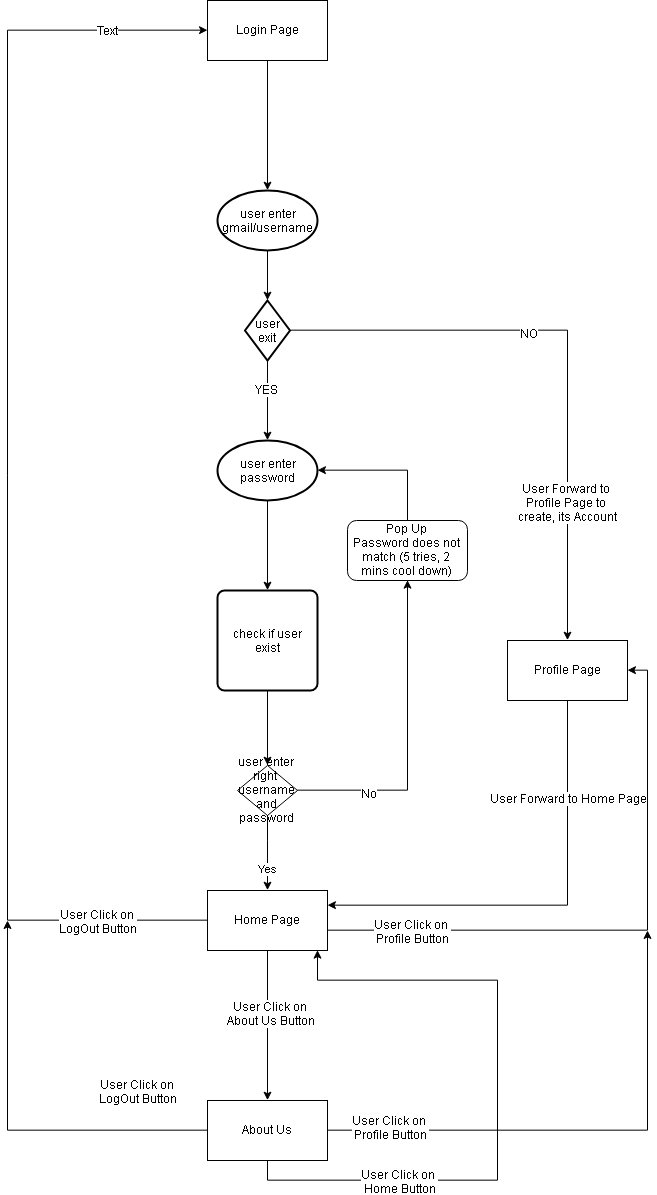
This is ERD/FlowChart(Webpage).png from amritpalsinghap/Online-Data-Managment, a draw.io export, as it was before one commit. Source tidied: cells renumbered, new cells last; positions are measured from the earlier drawing's top-left corner, leaving out a move shared by most shapes.
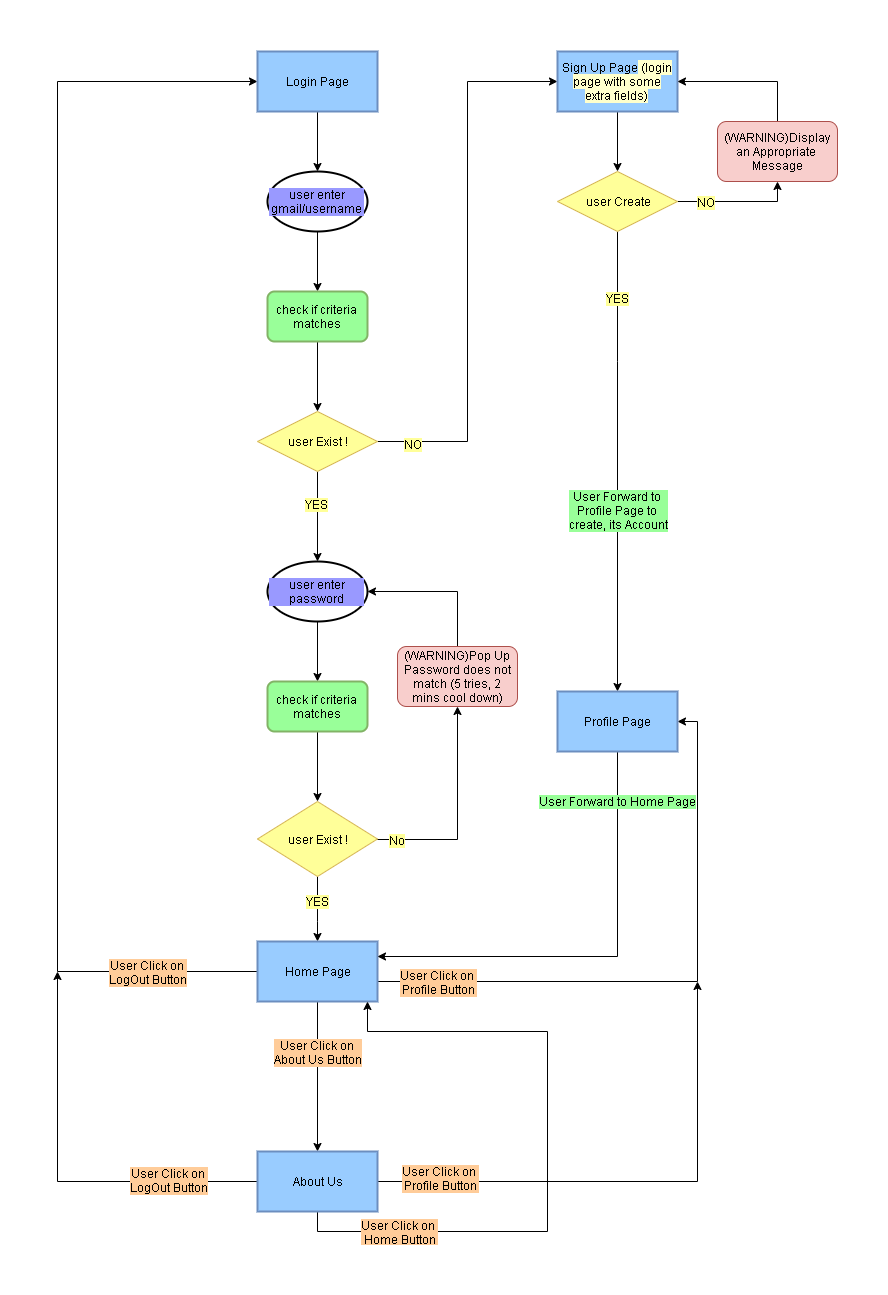
Later version of the same file.

Commit message:
Update WebFlow Diagram

Diff of the diagram source:
```diff
@@ -5,77 +5,92 @@
     <mxCell id="2" style="edgeStyle=orthogonalEdgeStyle;rounded=0;jettySize=auto;html=1;entryX=0.5;entryY=0;entryDx=0;entryDy=0;" parent="1" edge="1" source="3" target="11">
       <mxGeometry relative="1" as="geometry" />
     </mxCell>
-    <mxCell id="3" value="user enter password" style="strokeWidth=2;html=1;shape=mxgraph.flowchart.start_1;whiteSpace=wrap;" parent="1" vertex="1">
-      <mxGeometry x="210" y="440" width="100" height="60" as="geometry" />
+    <mxCell id="3" value="user enter password" style="strokeWidth=2;html=1;shape=mxgraph.flowchart.start_1;whiteSpace=wrap;labelBackgroundColor=#9999FF;" parent="1" vertex="1">
+      <mxGeometry x="210" y="510" width="100" height="60" as="geometry" />
     </mxCell>
     <mxCell id="4" style="edgeStyle=orthogonalEdgeStyle;rounded=0;jettySize=auto;html=1;exitX=0.5;exitY=1;exitDx=0;exitDy=0;exitPerimeter=0;entryX=0.5;entryY=0;entryDx=0;entryDy=0;entryPerimeter=0;" parent="1" edge="1" source="9" target="3">
       <mxGeometry relative="1" as="geometry" />
     </mxCell>
-    <mxCell id="5" value="&lt;span style=&quot;&quot;&gt;YES&lt;/span&gt;" style="text;html=1;align=center;verticalAlign=middle;labelBackgroundColor=#FFFFFF;fontColor=#000000;" parent="4" vertex="1">
+    <mxCell id="5" value="&lt;span style=&quot;&quot;&gt;YES&lt;/span&gt;" style="text;html=1;align=center;verticalAlign=middle;labelBackgroundColor=#FFFF99;fontColor=#000000;" parent="4" vertex="1">
       <mxGeometry x="-0.3" y="-1" relative="1" as="geometry" />
     </mxCell>
-    <mxCell id="6" style="edgeStyle=orthogonalEdgeStyle;rounded=0;jettySize=auto;html=1;exitX=1;exitY=0.5;exitDx=0;exitDy=0;exitPerimeter=0;entryX=0.5;entryY=0;entryDx=0;entryDy=0;" parent="1" edge="1" source="9" target="32">
+    <mxCell id="6" style="edgeStyle=orthogonalEdgeStyle;rounded=0;jettySize=auto;html=1;exitX=0.5;exitY=1;exitDx=0;exitDy=0;entryX=0.5;entryY=0;entryDx=0;entryDy=0;exitPerimeter=0;" parent="1" edge="1" source="49" target="32">
       <mxGeometry relative="1" as="geometry">
         <Array as="points">
-          <mxPoint x="560" y="330" />
+          <mxPoint x="560" y="310" />
+          <mxPoint x="560" y="310" />
         </Array>
       </mxGeometry>
     </mxCell>
-    <mxCell id="7" value="&lt;font&gt;NO&lt;/font&gt;" style="text;html=1;align=center;verticalAlign=middle;labelBackgroundColor=#FFFFFF;fontColor=#000000;" parent="6" vertex="1">
+    <mxCell id="7" value="YES" style="text;html=1;align=center;verticalAlign=middle;labelBackgroundColor=#FFFF99;fontColor=#000000;" parent="6" vertex="1">
       <mxGeometry x="-0.18" y="-4" relative="1" as="geometry">
-        <mxPoint x="-4" y="-2" as="offset" />
+        <mxPoint x="4" y="-122.5" as="offset" />
       </mxGeometry>
     </mxCell>
-    <mxCell id="8" value="User Forward to &lt;br&gt;Profile Page to &lt;br&gt;create, its Account" style="text;html=1;align=center;verticalAlign=middle;labelBackgroundColor=#ffffff;" parent="6" vertex="1">
-      <mxGeometry x="0.53" y="-1" relative="1" as="geometry" />
+    <mxCell id="8" value="User Forward to &lt;br&gt;Profile Page to &lt;br&gt;create, its Account" style="text;html=1;align=center;verticalAlign=middle;labelBackgroundColor=#99FF99;" parent="6" vertex="1">
+      <mxGeometry x="0.53" y="-1" relative="1" as="geometry">
+        <mxPoint x="1" y="-73.5" as="offset" />
+      </mxGeometry>
     </mxCell>
+    <mxCell id="40" style="edgeStyle=orthogonalEdgeStyle;rounded=0;jettySize=auto;html=1;entryX=0;entryY=0.5;entryDx=0;entryDy=0;" parent="1" edge="1" source="9" target="46">
+      <mxGeometry relative="1" as="geometry">
+        <Array as="points">
+          <mxPoint x="410" y="390" />
+          <mxPoint x="410" y="30" />
+        </Array>
+      </mxGeometry>
+    </mxCell>
+    <mxCell id="41" value="NO" style="text;html=1;align=center;verticalAlign=middle;labelBackgroundColor=#FFFF99;" parent="40" vertex="1">
+      <mxGeometry x="-0.87" y="-2" relative="1" as="geometry" />
+    </mxCell>
-    <mxCell id="9" value="user exit" style="strokeWidth=2;html=1;shape=mxgraph.flowchart.decision;whiteSpace=wrap;" parent="1" vertex="1">
-      <mxGeometry x="237.5" y="300" width="45" height="60" as="geometry" />
+    <mxCell id="9" value="user Exist !" style="strokeWidth=1;html=1;shape=mxgraph.flowchart.decision;whiteSpace=wrap;strokeColor=#d6b656;fillColor=#FFFF99;" parent="1" vertex="1">
+      <mxGeometry x="200" y="360" width="120" height="60" as="geometry" />
     </mxCell>
     <mxCell id="10" style="edgeStyle=orthogonalEdgeStyle;rounded=0;jettySize=auto;html=1;entryX=0.5;entryY=0;entryDx=0;entryDy=0;" parent="1" edge="1" source="11" target="17">
       <mxGeometry relative="1" as="geometry" />
     </mxCell>
-    <mxCell id="11" value="check if user exist" style="rounded=1;whiteSpace=wrap;html=1;absoluteArcSize=1;arcSize=14;strokeWidth=2;" parent="1" vertex="1">
-      <mxGeometry x="210" y="590" width="100" height="100" as="geometry" />
+    <mxCell id="11" value="check if criteria matches" style="rounded=1;whiteSpace=wrap;html=1;absoluteArcSize=1;arcSize=14;strokeWidth=2;fillColor=#99FF99;strokeColor=#82b366;" parent="1" vertex="1">
+      <mxGeometry x="210" y="630" width="100" height="50" as="geometry" />
     </mxCell>
-    <mxCell id="12" style="edgeStyle=orthogonalEdgeStyle;rounded=0;jettySize=auto;html=1;entryX=0.5;entryY=0;entryDx=0;entryDy=0;entryPerimeter=0;" parent="1" edge="1" source="13" target="9">
-      <mxGeometry relative="1" as="geometry">
-        <Array as="points">
-          <mxPoint x="260" y="290" />
-          <mxPoint x="260" y="290" />
-        </Array>
-      </mxGeometry>
-    </mxCell>
+    <mxCell id="42" style="edgeStyle=orthogonalEdgeStyle;rounded=0;jettySize=auto;html=1;exitX=0.5;exitY=1;exitDx=0;exitDy=0;exitPerimeter=0;entryX=0.5;entryY=0;entryDx=0;entryDy=0;" parent="1" edge="1" source="13" target="53">
+      <mxGeometry relative="1" as="geometry" />
+    </mxCell>
-    <mxCell id="13" value="user enter gmail/username" style="strokeWidth=2;html=1;shape=mxgraph.flowchart.start_1;whiteSpace=wrap;" parent="1" vertex="1">
-      <mxGeometry x="210" y="190" width="100" height="60" as="geometry" />
+    <mxCell id="13" value="user enter gmail/username" style="strokeWidth=2;html=1;shape=mxgraph.flowchart.start_1;whiteSpace=wrap;labelBackgroundColor=#9999FF;" parent="1" vertex="1">
+      <mxGeometry x="210" y="120" width="100" height="60" as="geometry" />
     </mxCell>
     <mxCell id="14" style="edgeStyle=orthogonalEdgeStyle;rounded=0;jettySize=auto;html=1;entryX=0.5;entryY=1;entryDx=0;entryDy=0;" parent="1" edge="1" source="17" target="19">
       <mxGeometry relative="1" as="geometry" />
     </mxCell>
-    <mxCell id="15" value="No" style="text;html=1;align=center;verticalAlign=middle;labelBackgroundColor=#ffffff;" parent="14" vertex="1">
-      <mxGeometry x="-0.55" y="-2" relative="1" as="geometry" />
+    <mxCell id="15" value="No" style="text;html=1;align=center;verticalAlign=middle;labelBackgroundColor=#FFFF99;" parent="14" vertex="1">
+      <mxGeometry x="-0.55" y="-2" relative="1" as="geometry">
+        <mxPoint x="-27.5" y="-2" as="offset" />
+      </mxGeometry>
     </mxCell>
-    <mxCell id="16" value="Yes" style="edgeStyle=orthogonalEdgeStyle;rounded=0;jettySize=auto;html=1;" parent="1" edge="1" source="17">
-      <mxGeometry x="0.41" relative="1" as="geometry">
-        <mxPoint x="260" y="890" as="targetPoint" />
-        <Array as="points">
-          <mxPoint x="260" y="840" />
-          <mxPoint x="260" y="840" />
-        </Array>
-      </mxGeometry>
-    </mxCell>
+    <mxCell id="43" style="edgeStyle=orthogonalEdgeStyle;rounded=0;jettySize=auto;html=1;entryX=0.5;entryY=0;entryDx=0;entryDy=0;" parent="1" edge="1" source="17" target="27">
+      <mxGeometry relative="1" as="geometry">
+        <Array as="points">
+          <mxPoint x="260" y="870" />
+          <mxPoint x="260" y="870" />
+        </Array>
+      </mxGeometry>
+    </mxCell>
+    <mxCell id="44" value="YES" style="text;html=1;align=center;verticalAlign=middle;labelBackgroundColor=#FFFF99;" parent="43" vertex="1">
+      <mxGeometry x="0.38" y="-21" relative="1" as="geometry">
+        <mxPoint x="21" y="-21" as="offset" />
+      </mxGeometry>
+    </mxCell>
-    <mxCell id="17" value="user enter right&amp;nbsp; username and password" style="rhombus;whiteSpace=wrap;html=1;" parent="1" vertex="1">
-      <mxGeometry x="230" y="765" width="60" height="50" as="geometry" />
+    <mxCell id="17" value="user Exist !" style="rhombus;whiteSpace=wrap;html=1;fillColor=#FFFF99;strokeColor=#d6b656;strokeWidth=1;" parent="1" vertex="1">
+      <mxGeometry x="200" y="750" width="120" height="75" as="geometry" />
     </mxCell>
     <mxCell id="18" style="edgeStyle=orthogonalEdgeStyle;rounded=0;jettySize=auto;html=1;entryX=1;entryY=0.5;entryDx=0;entryDy=0;entryPerimeter=0;" parent="1" edge="1" source="19" target="3">
       <mxGeometry relative="1" as="geometry">
         <Array as="points">
-          <mxPoint x="400" y="470" />
+          <mxPoint x="400" y="540" />
         </Array>
       </mxGeometry>
     </mxCell>
-    <mxCell id="19" value="Pop Up&lt;br&gt;Password does not match (5 tries, 2 mins cool down)" style="rounded=1;whiteSpace=wrap;html=1;" parent="1" vertex="1">
-      <mxGeometry x="340" y="520" width="120" height="60" as="geometry" />
+    <mxCell id="19" value="(WARNING)Pop Up&lt;br&gt;Password does not match (5 tries, 2 mins cool down)" style="rounded=1;whiteSpace=wrap;html=1;fillColor=#f8cecc;strokeColor=#AD4F4B;" parent="1" vertex="1">
+      <mxGeometry x="340" y="595" width="120" height="60" as="geometry" />
     </mxCell>
     <mxCell id="20" style="edgeStyle=orthogonalEdgeStyle;rounded=0;jettySize=auto;html=1;entryX=1;entryY=0.5;entryDx=0;entryDy=0;" parent="1" edge="1" source="27" target="32">
       <mxGeometry relative="1" as="geometry">
@@ -85,16 +100,18 @@
         </Array>
       </mxGeometry>
     </mxCell>
-    <mxCell id="21" value="User Click on &lt;br&gt;Profile Button" style="text;html=1;align=center;verticalAlign=middle;labelBackgroundColor=#ffffff;" parent="20" vertex="1">
+    <mxCell id="21" value="User Click on &lt;br&gt;Profile Button" style="text;html=1;align=center;verticalAlign=middle;labelBackgroundColor=#FFCC99;" parent="20" vertex="1">
       <mxGeometry x="-0.09" y="1" relative="1" as="geometry">
-        <mxPoint x="-189" y="1" as="offset" />
+        <mxPoint x="-213" y="1" as="offset" />
       </mxGeometry>
     </mxCell>
     <mxCell id="22" style="edgeStyle=orthogonalEdgeStyle;rounded=0;jettySize=auto;html=1;entryX=0.5;entryY=0;entryDx=0;entryDy=0;" parent="1" edge="1" source="27" target="36">
       <mxGeometry relative="1" as="geometry" />
     </mxCell>
-    <mxCell id="23" value="User Click on &lt;br&gt;About Us Button" style="text;html=1;align=center;verticalAlign=middle;labelBackgroundColor=#ffffff;" parent="22" vertex="1">
-      <mxGeometry x="-0.18" y="3" relative="1" as="geometry" />
+    <mxCell id="23" value="User Click on &lt;br&gt;About Us Button" style="text;html=1;align=center;verticalAlign=middle;labelBackgroundColor=#FFCC99;" parent="22" vertex="1">
+      <mxGeometry x="-0.18" y="3" relative="1" as="geometry">
+        <mxPoint x="-3" y="-11" as="offset" />
+      </mxGeometry>
     </mxCell>
     <mxCell id="24" style="edgeStyle=orthogonalEdgeStyle;rounded=0;jettySize=auto;html=1;entryX=0;entryY=0.5;entryDx=0;entryDy=0;" parent="1" edge="1" source="27" target="29">
       <mxGeometry relative="1" as="geometry">
@@ -104,21 +121,18 @@
         </Array>
       </mxGeometry>
     </mxCell>
-    <mxCell id="25" value="User Click on &lt;br&gt;LogOut Button" style="text;html=1;align=center;verticalAlign=middle;labelBackgroundColor=#ffffff;" parent="24" vertex="1">
+    <mxCell id="25" value="User Click on &lt;br&gt;LogOut Button" style="text;html=1;align=center;verticalAlign=middle;labelBackgroundColor=#FFCC99;" parent="24" vertex="1">
       <mxGeometry x="0.33" y="2" relative="1" as="geometry">
         <mxPoint x="92" y="660" as="offset" />
       </mxGeometry>
     </mxCell>
-    <mxCell id="26" value="Text" style="text;html=1;align=center;verticalAlign=middle;labelBackgroundColor=#ffffff;" parent="24" vertex="1">
-      <mxGeometry x="0.84" y="1" relative="1" as="geometry" />
-    </mxCell>
-    <mxCell id="27" value="Home Page" style="rounded=0;whiteSpace=wrap;html=1;" parent="1" vertex="1">
+    <mxCell id="27" value="Home Page" style="rounded=0;whiteSpace=wrap;html=1;strokeWidth=2;fillColor=#99CCFF;strokeColor=#6C8EBF;" parent="1" vertex="1">
       <mxGeometry x="200" y="890" width="120" height="60" as="geometry" />
     </mxCell>
-    <mxCell id="28" style="edgeStyle=orthogonalEdgeStyle;rounded=0;jettySize=auto;html=1;exitX=0.5;exitY=1;exitDx=0;exitDy=0;entryX=0.5;entryY=0;entryDx=0;entryDy=0;entryPerimeter=0;" parent="1" edge="1" source="29" target="13">
+    <mxCell id="28" style="edgeStyle=orthogonalEdgeStyle;rounded=0;jettySize=auto;html=1;exitX=0.5;exitY=1;exitDx=0;exitDy=0;" parent="1" edge="1" source="29" target="13">
       <mxGeometry relative="1" as="geometry" />
     </mxCell>
-    <mxCell id="29" value="Login Page" style="rounded=0;whiteSpace=wrap;html=1;" parent="1" vertex="1">
+    <mxCell id="29" value="Login Page" style="rounded=0;whiteSpace=wrap;html=1;strokeWidth=2;fillColor=#99CCFF;strokeColor=#6C8EBF;" parent="1" vertex="1">
       <mxGeometry x="200" width="120" height="60" as="geometry" />
     </mxCell>
     <mxCell id="30" style="edgeStyle=orthogonalEdgeStyle;rounded=0;jettySize=auto;html=1;entryX=1;entryY=0.25;entryDx=0;entryDy=0;" parent="1" edge="1" source="32" target="27">
@@ -128,10 +142,12 @@
         </Array>
       </mxGeometry>
     </mxCell>
-    <mxCell id="31" value="&lt;span style=&quot;white-space: normal;&quot;&gt;User Forward to Home Page&lt;/span&gt;" style="text;html=1;align=center;verticalAlign=middle;labelBackgroundColor=#FFFFFF;fontColor=#000000;" parent="30" vertex="1">
-      <mxGeometry x="-0.56" y="1" relative="1" as="geometry" />
+    <mxCell id="31" value="&lt;span style=&quot;white-space: normal;&quot;&gt;User Forward to Home Page&lt;/span&gt;" style="text;html=1;align=center;verticalAlign=middle;labelBackgroundColor=#99FF99;fontColor=#000000;" parent="30" vertex="1">
+      <mxGeometry x="-0.56" y="1" relative="1" as="geometry">
+        <mxPoint x="-1" y="-47.5" as="offset" />
+      </mxGeometry>
     </mxCell>
-    <mxCell id="32" value="Profile Page" style="rounded=0;whiteSpace=wrap;html=1;" parent="1" vertex="1">
+    <mxCell id="32" value="Profile Page" style="rounded=0;whiteSpace=wrap;html=1;strokeWidth=2;fillColor=#99CCFF;strokeColor=#6C8EBF;" parent="1" vertex="1">
       <mxGeometry x="500" y="640" width="120" height="60" as="geometry" />
     </mxCell>
     <mxCell id="33" style="edgeStyle=orthogonalEdgeStyle;rounded=0;jettySize=auto;html=1;exitX=0.5;exitY=1;exitDx=0;exitDy=0;entryX=0.917;entryY=1;entryDx=0;entryDy=0;entryPerimeter=0;" parent="1" edge="1" source="36" target="27">
@@ -154,23 +170,60 @@
         <mxPoint x="640" y="930" as="targetPoint" />
       </mxGeometry>
     </mxCell>
-    <mxCell id="36" value="About Us" style="rounded=0;whiteSpace=wrap;html=1;" parent="1" vertex="1">
+    <mxCell id="36" value="About Us" style="rounded=0;whiteSpace=wrap;html=1;strokeWidth=2;fillColor=#99CCFF;strokeColor=#6C8EBF;" parent="1" vertex="1">
       <mxGeometry x="200" y="1100" width="120" height="60" as="geometry" />
     </mxCell>
-    <mxCell id="37" value="User Click on &lt;br&gt;LogOut Button" style="text;html=1;align=center;verticalAlign=middle;labelBackgroundColor=#ffffff;" parent="1" vertex="1">
+    <mxCell id="37" value="User Click on &lt;br&gt;LogOut Button" style="text;html=1;align=center;verticalAlign=middle;labelBackgroundColor=#FFCC99;" parent="1" vertex="1">
       <mxGeometry x="0.33" y="2" relative="1" as="geometry">
-        <mxPoint x="-70" y="880" as="offset" />
+        <mxPoint x="-89" y="918" as="offset" />
       </mxGeometry>
     </mxCell>
-    <mxCell id="38" value="User Click on &lt;br&gt;Profile Button" style="text;html=1;align=center;verticalAlign=middle;labelBackgroundColor=#ffffff;" parent="1" vertex="1">
+    <mxCell id="38" value="User Click on &lt;br&gt;Profile Button" style="text;html=1;align=center;verticalAlign=middle;labelBackgroundColor=#FFCC99;" parent="1" vertex="1">
       <mxGeometry x="-0.09" y="1" relative="1" as="geometry">
         <mxPoint x="181.5" y="916.5" as="offset" />
       </mxGeometry>
     </mxCell>
-    <mxCell id="39" value="User Click on &lt;br&gt;Home Button" style="text;html=1;align=center;verticalAlign=middle;labelBackgroundColor=#ffffff;" parent="1" vertex="1">
+    <mxCell id="39" value="User Click on &lt;br&gt;Home Button" style="text;html=1;align=center;verticalAlign=middle;labelBackgroundColor=#FFCC99;" parent="1" vertex="1">
       <mxGeometry x="-0.09" y="1" relative="1" as="geometry">
-        <mxPoint x="190" y="970" as="offset" />
+        <mxPoint x="140" y="970" as="offset" />
       </mxGeometry>
     </mxCell>
+    <mxCell id="45" style="edgeStyle=orthogonalEdgeStyle;rounded=0;jettySize=auto;html=1;entryX=0.5;entryY=0;entryDx=0;entryDy=0;entryPerimeter=0;" parent="1" edge="1" source="46" target="49">
+      <mxGeometry relative="1" as="geometry" />
+    </mxCell>
+    <mxCell id="46" value="Sign Up Page&lt;span style=&quot;background-color: rgb(255 , 255 , 204)&quot;&gt; (login page with some extra fields)&lt;/span&gt;" style="rounded=0;whiteSpace=wrap;html=1;strokeWidth=2;fillColor=#99CCFF;strokeColor=#6C8EBF;" parent="1" vertex="1">
+      <mxGeometry x="500" width="120" height="60" as="geometry" />
+    </mxCell>
+    <mxCell id="47" style="edgeStyle=orthogonalEdgeStyle;rounded=0;jettySize=auto;html=1;entryX=0.5;entryY=1;entryDx=0;entryDy=0;" parent="1" edge="1" source="49" target="51">
+      <mxGeometry relative="1" as="geometry">
+        <Array as="points">
+          <mxPoint x="720" y="150" />
+        </Array>
+      </mxGeometry>
+    </mxCell>
+    <mxCell id="48" value="NO" style="text;html=1;align=center;verticalAlign=middle;labelBackgroundColor=#FFFF99;" parent="47" vertex="1">
+      <mxGeometry x="-0.67" y="-2" relative="1" as="geometry">
+        <mxPoint x="8.5" y="-2" as="offset" />
+      </mxGeometry>
+    </mxCell>
+    <mxCell id="49" value="user Create" style="strokeWidth=1;html=1;shape=mxgraph.flowchart.decision;whiteSpace=wrap;fillColor=#FFFF99;strokeColor=#d6b656;" parent="1" vertex="1">
+      <mxGeometry x="500" y="120" width="120" height="60" as="geometry" />
+    </mxCell>
+    <mxCell id="50" style="edgeStyle=orthogonalEdgeStyle;rounded=0;jettySize=auto;html=1;entryX=1;entryY=0.5;entryDx=0;entryDy=0;" parent="1" edge="1" source="51" target="46">
+      <mxGeometry relative="1" as="geometry">
+        <Array as="points">
+          <mxPoint x="720" y="30" />
+        </Array>
+      </mxGeometry>
+    </mxCell>
+    <mxCell id="51" value="(WARNING)Display an Appropriate &lt;br&gt;Message" style="rounded=1;whiteSpace=wrap;html=1;fillColor=#f8cecc;strokeColor=#AD4F4B;" parent="1" vertex="1">
+      <mxGeometry x="660" y="70" width="120" height="60" as="geometry" />
+    </mxCell>
+    <mxCell id="52" style="edgeStyle=orthogonalEdgeStyle;rounded=0;jettySize=auto;html=1;" parent="1" edge="1" source="53" target="9">
+      <mxGeometry relative="1" as="geometry" />
+    </mxCell>
+    <mxCell id="53" value="check if criteria matches" style="rounded=1;whiteSpace=wrap;html=1;absoluteArcSize=1;arcSize=14;strokeWidth=2;fillColor=#99FF99;strokeColor=#82b366;" parent="1" vertex="1">
+      <mxGeometry x="210" y="240" width="100" height="50" as="geometry" />
+    </mxCell>
   </root>
 </mxGraphModel>
```
